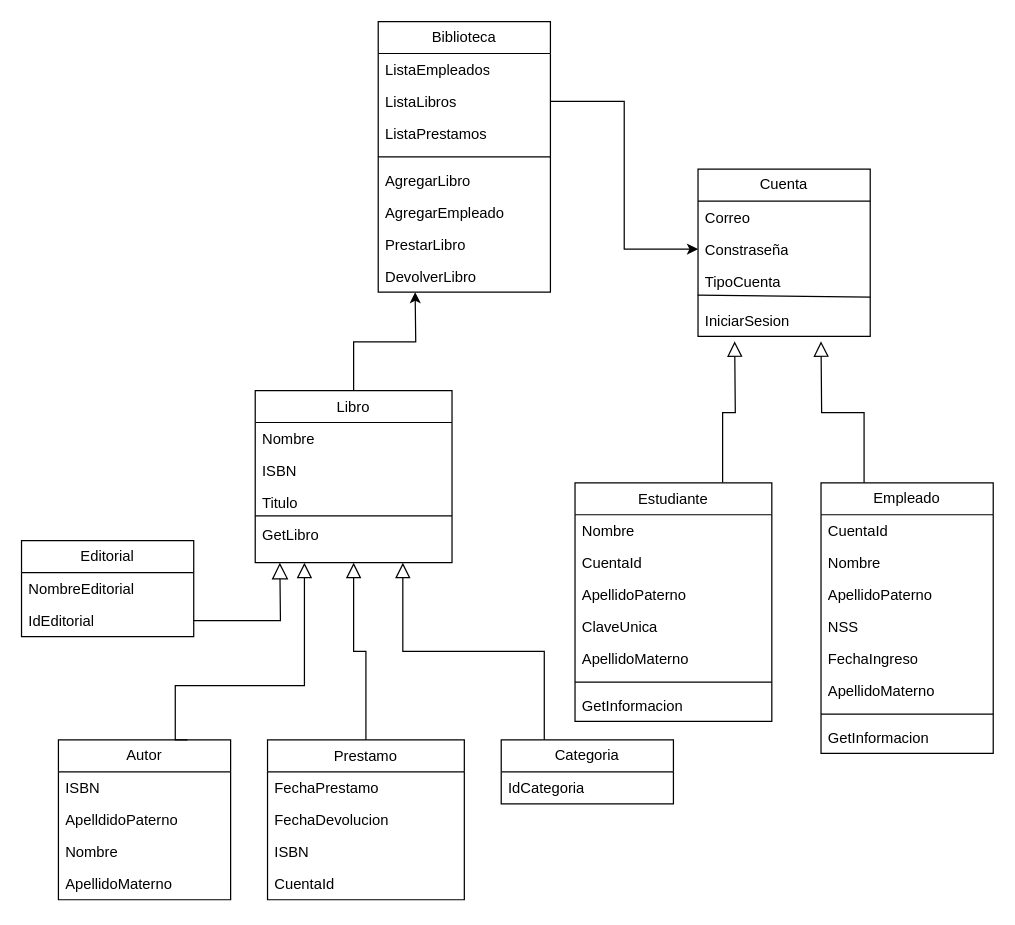
The draw.io diagram proyecto de objetos.drawio in hiramcastillo36/Library-Management-System, before the edit. Source tidied: cells renumbered, new cells numbered last; positions are measured from the earlier drawing's top-left corner, leaving out a move shared by most shapes. Both pictures are drawn from the tidied source at 123%, with x=0, y=0 at pixel (21, 21).
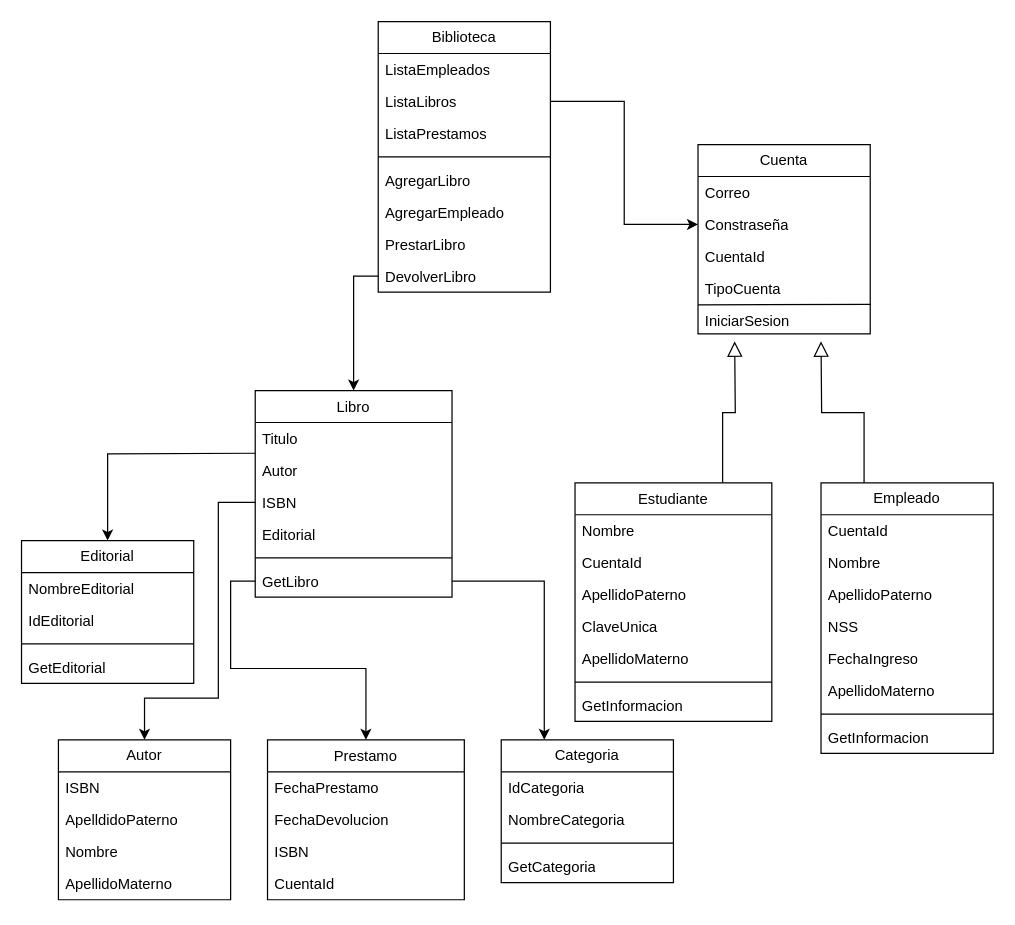
After the change.

Commit message:
Actualización de diagrama UML

Unchanged cells that the change refers to:
```xml
<mxCell id="9" value="Prestamo" style="swimlane;fontStyle=0;align=center;verticalAlign=top;horizontal=1;startSize=26;rounded=0;shadow=0;strokeWidth=1;" parent="1" vertex="1">
  <mxGeometry x="200" y="584" width="160" height="130" as="geometry" />
</mxCell>
<mxCell id="35" value="Autor" style="swimlane;fontStyle=0;horizontal=1;startSize=26;fillColor=none;whiteSpace=wrap;html=1;" parent="1" vertex="1">
  <mxGeometry x="30" y="584" width="140" height="130" as="geometry" />
</mxCell>
<mxCell id="42" value="IdEditorial" style="text;strokeColor=none;fillColor=none;align=left;verticalAlign=top;spacingLeft=4;spacingRight=4;overflow=hidden;points=[[0,0.5],[1,0.5]];portConstraint=eastwest;whiteSpace=wrap;html=1;" parent="40" vertex="1">
  <mxGeometry y="52" width="140" height="26" as="geometry" />
</mxCell>
<mxCell id="55" value="DevolverLibro" style="text;strokeColor=none;fillColor=none;align=left;verticalAlign=top;spacingLeft=4;spacingRight=4;overflow=hidden;points=[[0,0.5],[1,0.5]];portConstraint=eastwest;whiteSpace=wrap;html=1;" parent="47" vertex="1">
  <mxGeometry y="194" width="140" height="26" as="geometry" />
</mxCell>
```

Diff of the diagram source:
```diff
@@
-    <mxCell id="2" style="edgeStyle=orthogonalEdgeStyle;rounded=0;jettySize=auto;html=1;exitX=0.5;exitY=0;exitDx=0;exitDy=0;" parent="1" edge="1" source="3">
-      <mxGeometry relative="1" as="geometry">
-        <mxPoint x="320" y="220" as="targetPoint" />
-      </mxGeometry>
-    </mxCell>
     <mxCell id="3" value="Libro" style="swimlane;fontStyle=0;align=center;verticalAlign=top;horizontal=1;startSize=26;rounded=0;shadow=0;strokeWidth=1;" parent="1" vertex="1">
-      <mxGeometry x="190" y="300" width="160" height="140" as="geometry" />
+      <mxGeometry x="190" y="300" width="160" height="168" as="geometry" />
     </mxCell>
-    <mxCell id="4" value="Nombre" style="text;align=left;verticalAlign=top;spacingLeft=4;spacingRight=4;overflow=hidden;" parent="3" vertex="1">
-      <mxGeometry y="26" width="160" height="26" as="geometry" />
-    </mxCell>
+    <mxCell id="7" value="Titulo" style="text;align=left;verticalAlign=top;spacingLeft=4;spacingRight=4;overflow=hidden;" parent="3" vertex="1">
+      <mxGeometry y="26" width="160" height="26" as="geometry" />
+    </mxCell>
+    <mxCell id="63" value="Autor" style="text;align=left;verticalAlign=top;spacingLeft=4;spacingRight=4;overflow=hidden;" parent="3" vertex="1">
+      <mxGeometry y="52" width="160" height="26" as="geometry" />
+    </mxCell>
-    <mxCell id="5" value="ISBN" style="text;align=left;verticalAlign=top;spacingLeft=4;spacingRight=4;overflow=hidden;points=[[0,0.5],[1,0.5]];portConstraint=eastwest;rounded=0;shadow=0;html=0;" parent="3" vertex="1">
-      <mxGeometry y="52" width="160" height="26" as="geometry" />
+    <mxCell id="5" value="ISBN" style="text;align=left;verticalAlign=top;spacingLeft=4;spacingRight=4;overflow=hidden;points=[[0,0.5],[1,0.5]];portConstraint=eastwest;" parent="3" vertex="1">
+      <mxGeometry y="78" width="160" height="26" as="geometry" />
     </mxCell>
-    <mxCell id="6" style="endArrow=none;html=1;rounded=0;" parent="3" edge="1">
-      <mxGeometry relative="1" as="geometry">
-        <mxPoint y="102" as="sourcePoint" />
-        <mxPoint x="160" y="102" as="targetPoint" />
-      </mxGeometry>
-    </mxCell>
-    <mxCell id="7" value="Titulo" style="text;align=left;verticalAlign=top;spacingLeft=4;spacingRight=4;overflow=hidden;rounded=0;shadow=0;html=0;" parent="3" vertex="1">
-      <mxGeometry y="78" width="160" height="26" as="geometry" />
-    </mxCell>
+    <mxCell id="64" value="Editorial" style="text;align=left;verticalAlign=top;spacingLeft=4;spacingRight=4;overflow=hidden;" parent="3" vertex="1">
+      <mxGeometry y="104" width="160" height="26" as="geometry" />
+    </mxCell>
+    <mxCell id="65" style="line;html=1;strokeWidth=1;align=left;verticalAlign=middle;spacingTop=-1;spacingLeft=3;spacingRight=3;labelPosition=right;" parent="3" vertex="1">
+      <mxGeometry y="130" width="160" height="12" as="geometry" />
+    </mxCell>
-    <mxCell id="8" value="GetLibro" style="text;align=left;verticalAlign=top;spacingLeft=4;spacingRight=4;overflow=hidden;points=[[0,0.5],[1,0.5]];portConstraint=eastwest;rounded=0;shadow=0;html=0;" parent="3" vertex="1">
-      <mxGeometry y="104" width="160" height="26" as="geometry" />
+    <mxCell id="8" value="GetLibro" style="text;align=left;verticalAlign=top;spacingLeft=4;spacingRight=4;overflow=hidden;points=[[0,0.5],[1,0.5]];portConstraint=eastwest;" parent="3" vertex="1">
+      <mxGeometry y="142" width="160" height="26" as="geometry" />
     </mxCell>
@@
-    <mxCell id="14" style="endArrow=block;endSize=10;endFill=0;shadow=0;strokeWidth=1;rounded=0;edgeStyle=elbowEdgeStyle;elbow=vertical;" parent="1" edge="1" source="9" target="3">
-      <mxGeometry relative="1" as="geometry" />
-    </mxCell>
@@
-    <mxCell id="34" style="edgeStyle=orthogonalEdgeStyle;rounded=0;jettySize=auto;html=1;exitX=0.75;exitY=0;exitDx=0;exitDy=0;entryX=0.25;entryY=1;entryDx=0;entryDy=0;endArrow=block;endFill=0;endSize=10;" parent="1" edge="1" source="35" target="3">
-      <mxGeometry relative="1" as="geometry">
-        <Array as="points">
-          <mxPoint x="125" y="540" />
-          <mxPoint x="230" y="540" />
-        </Array>
-      </mxGeometry>
-    </mxCell>
@@
     <mxCell id="40" value="Editorial" style="swimlane;fontStyle=0;horizontal=1;startSize=26;fillColor=none;whiteSpace=wrap;html=1;" parent="1" vertex="1">
-      <mxGeometry y="422" width="140" height="78" as="geometry" />
+      <mxGeometry y="422" width="140" height="116" as="geometry" />
     </mxCell>
@@
-    <mxCell id="43" style="edgeStyle=orthogonalEdgeStyle;rounded=0;jettySize=auto;html=1;exitX=0.25;exitY=0;exitDx=0;exitDy=0;entryX=0.75;entryY=1;entryDx=0;entryDy=0;endArrow=block;endFill=0;endSize=10;" parent="1" edge="1" source="44" target="3">
-      <mxGeometry relative="1" as="geometry" />
-    </mxCell>
+    <mxCell id="66" style="line;html=1;strokeWidth=1;align=left;verticalAlign=middle;spacingTop=-1;spacingLeft=3;spacingRight=3;labelPosition=right;" parent="40" vertex="1">
+      <mxGeometry y="78" width="140" height="12" as="geometry" />
+    </mxCell>
+    <mxCell id="67" value="GetEditorial" style="text;strokeColor=none;fillColor=none;align=left;verticalAlign=top;spacingLeft=4;spacingRight=4;overflow=hidden;whiteSpace=wrap;html=1;" parent="40" vertex="1">
+      <mxGeometry y="90" width="140" height="26" as="geometry" />
+    </mxCell>
     <mxCell id="44" value="Categoria" style="swimlane;fontStyle=0;horizontal=1;startSize=26;fillColor=none;whiteSpace=wrap;html=1;" parent="1" vertex="1">
-      <mxGeometry x="390" y="584" width="140" height="52" as="geometry" />
+      <mxGeometry x="390" y="584" width="140" height="116" as="geometry" />
     </mxCell>
@@
-    <mxCell id="46" style="edgeStyle=orthogonalEdgeStyle;rounded=0;jettySize=auto;html=1;exitX=1;exitY=0.5;exitDx=0;exitDy=0;endArrow=block;endFill=0;endSize=11;" parent="1" edge="1" source="42">
-      <mxGeometry relative="1" as="geometry">
-        <mxPoint x="210" y="440" as="targetPoint" />
-      </mxGeometry>
-    </mxCell>
+    <mxCell id="68" value="NombreCategoria" style="text;align=left;verticalAlign=top;spacingLeft=4;spacingRight=4;overflow=hidden;rounded=0;shadow=0;html=0;" parent="44" vertex="1">
+      <mxGeometry y="52" width="140" height="26" as="geometry" />
+    </mxCell>
+    <mxCell id="69" style="line;html=1;strokeWidth=1;align=left;verticalAlign=middle;spacingTop=-1;spacingLeft=3;spacingRight=3;labelPosition=right;" parent="44" vertex="1">
+      <mxGeometry y="78" width="140" height="12" as="geometry" />
+    </mxCell>
+    <mxCell id="70" value="GetCategoria" style="text;strokeColor=none;fillColor=none;align=left;verticalAlign=top;spacingLeft=4;spacingRight=4;overflow=hidden;whiteSpace=wrap;html=1;" parent="44" vertex="1">
+      <mxGeometry y="90" width="140" height="26" as="geometry" />
+    </mxCell>
@@
     <mxCell id="56" value="Cuenta" style="swimlane;fontStyle=0;horizontal=1;startSize=26;fillColor=none;whiteSpace=wrap;html=1;" parent="1" vertex="1">
-      <mxGeometry x="550" y="120" width="140" height="136" as="geometry" />
+      <mxGeometry x="550" y="100" width="140" height="154" as="geometry" />
     </mxCell>
@@
+    <mxCell id="71" value="CuentaId" style="text;strokeColor=none;fillColor=none;align=left;verticalAlign=top;spacingLeft=4;spacingRight=4;overflow=hidden;whiteSpace=wrap;html=1;" parent="56" vertex="1">
+      <mxGeometry y="78" width="140" height="26" as="geometry" />
+    </mxCell>
     <mxCell id="59" value="TipoCuenta" style="text;strokeColor=none;fillColor=none;align=left;verticalAlign=top;spacingLeft=4;spacingRight=4;overflow=hidden;points=[[0,0.5],[1,0.5]];portConstraint=eastwest;whiteSpace=wrap;html=1;" parent="56" vertex="1">
-      <mxGeometry y="78" width="140" height="32" as="geometry" />
+      <mxGeometry y="104" width="140" height="26" as="geometry" />
     </mxCell>
-    <mxCell id="60" style="endArrow=none;html=1;rounded=0;exitX=-0.002;exitY=0.766;exitDx=0;exitDy=0;exitPerimeter=0;" parent="56" edge="1" source="59">
+    <mxCell id="60" style="endArrow=none;html=1;rounded=0;exitX=-0.002;exitY=0.766;exitDx=0;exitDy=0;exitPerimeter=0;entryX=1;entryY=0.75;entryDx=0;entryDy=0;entryPerimeter=0;" parent="56" edge="1">
       <mxGeometry relative="1" as="geometry">
-        <mxPoint x="140" y="104" as="targetPoint" />
+        <mxPoint y="130.4" as="sourcePoint" />
+        <mxPoint x="140.3" y="130" as="targetPoint" />
       </mxGeometry>
     </mxCell>
     <mxCell id="61" value="IniciarSesion" style="text;strokeColor=none;fillColor=none;align=left;verticalAlign=top;spacingLeft=4;spacingRight=4;overflow=hidden;whiteSpace=wrap;html=1;" parent="56" vertex="1">
-      <mxGeometry y="110" width="140" height="26" as="geometry" />
+      <mxGeometry y="130" width="140" height="24" as="geometry" />
     </mxCell>
@@
+    <mxCell id="72" style="edgeStyle=orthogonalEdgeStyle;rounded=0;jettySize=auto;html=1;exitX=0;exitY=0.5;exitDx=0;exitDy=0;entryX=0.5;entryY=0;entryDx=0;entryDy=0;" parent="1" edge="1" target="40">
+      <mxGeometry relative="1" as="geometry">
+        <mxPoint x="190" y="351" as="sourcePoint" />
+      </mxGeometry>
+    </mxCell>
+    <mxCell id="73" style="edgeStyle=orthogonalEdgeStyle;rounded=0;jettySize=auto;html=1;exitX=1;exitY=0.5;exitDx=0;exitDy=0;entryX=0.25;entryY=0;entryDx=0;entryDy=0;" parent="1" edge="1" source="8" target="44">
+      <mxGeometry relative="1" as="geometry" />
+    </mxCell>
+    <mxCell id="74" style="edgeStyle=orthogonalEdgeStyle;rounded=0;jettySize=auto;html=1;exitX=0;exitY=0.5;exitDx=0;exitDy=0;entryX=0.5;entryY=0;entryDx=0;entryDy=0;" parent="1" edge="1" source="5" target="35">
+      <mxGeometry relative="1" as="geometry">
+        <Array as="points">
+          <mxPoint x="160" y="391" />
+          <mxPoint x="160" y="550" />
+          <mxPoint x="100" y="550" />
+        </Array>
+      </mxGeometry>
+    </mxCell>
+    <mxCell id="75" style="edgeStyle=orthogonalEdgeStyle;rounded=0;jettySize=auto;html=1;exitX=0;exitY=0.5;exitDx=0;exitDy=0;entryX=0.5;entryY=0;entryDx=0;entryDy=0;" parent="1" edge="1" source="8" target="9">
+      <mxGeometry relative="1" as="geometry" />
+    </mxCell>
+    <mxCell id="76" style="edgeStyle=orthogonalEdgeStyle;rounded=0;jettySize=auto;html=1;exitX=0;exitY=0.5;exitDx=0;exitDy=0;entryX=0.5;entryY=0;entryDx=0;entryDy=0;" parent="1" edge="1" source="55" target="3">
+      <mxGeometry relative="1" as="geometry" />
+    </mxCell>
```
